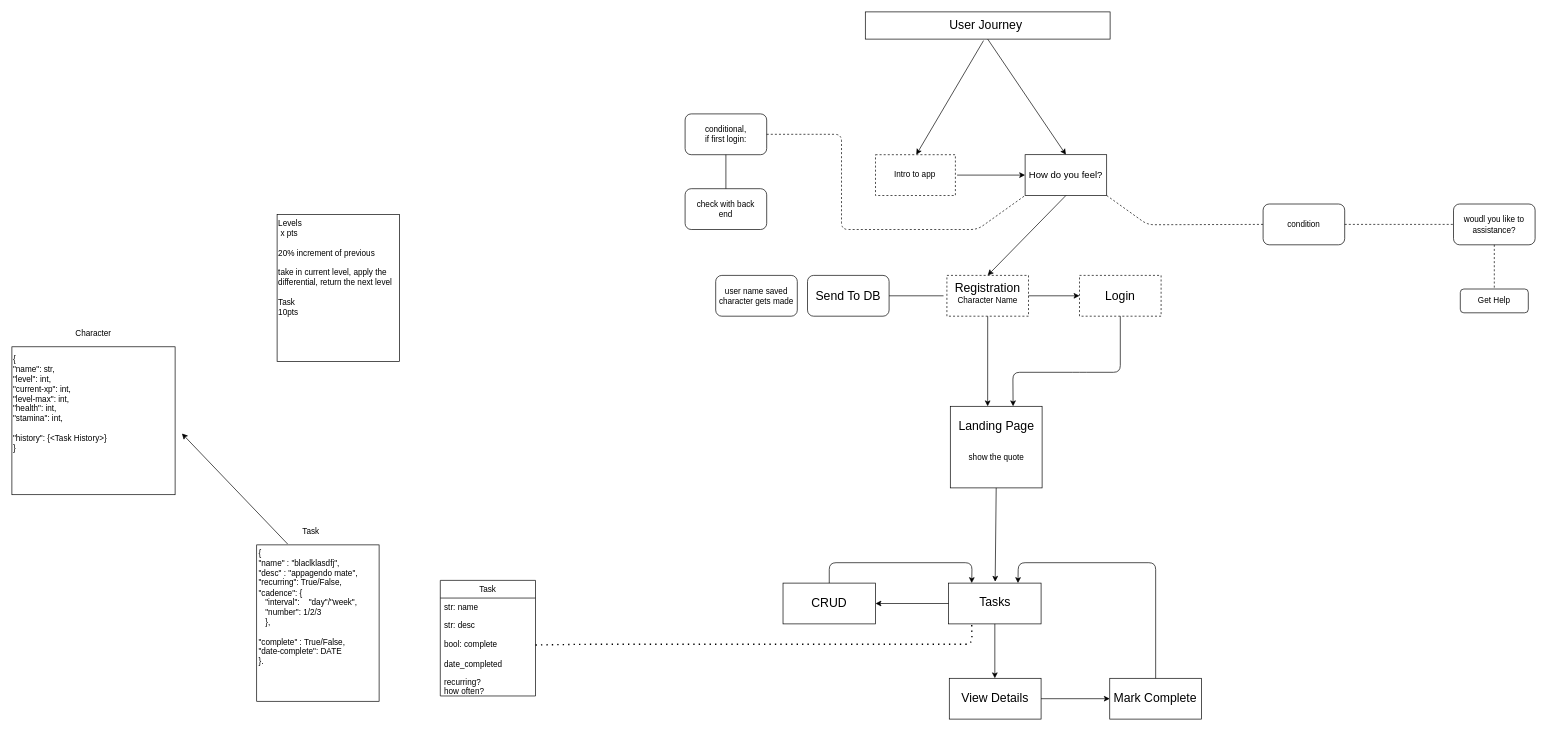
Earlier version of the draw.io diagram Planning/User Journey.drawio (davidmacarabrown/mental_health_app). Source tidied: cells renumbered, new cells numbered last; positions are measured from the earlier drawing's top-left corner, leaving out a move shared by most shapes. Both pictures are drawn from the tidied source at 68%, with x=0, y=0 at pixel (12, 12).
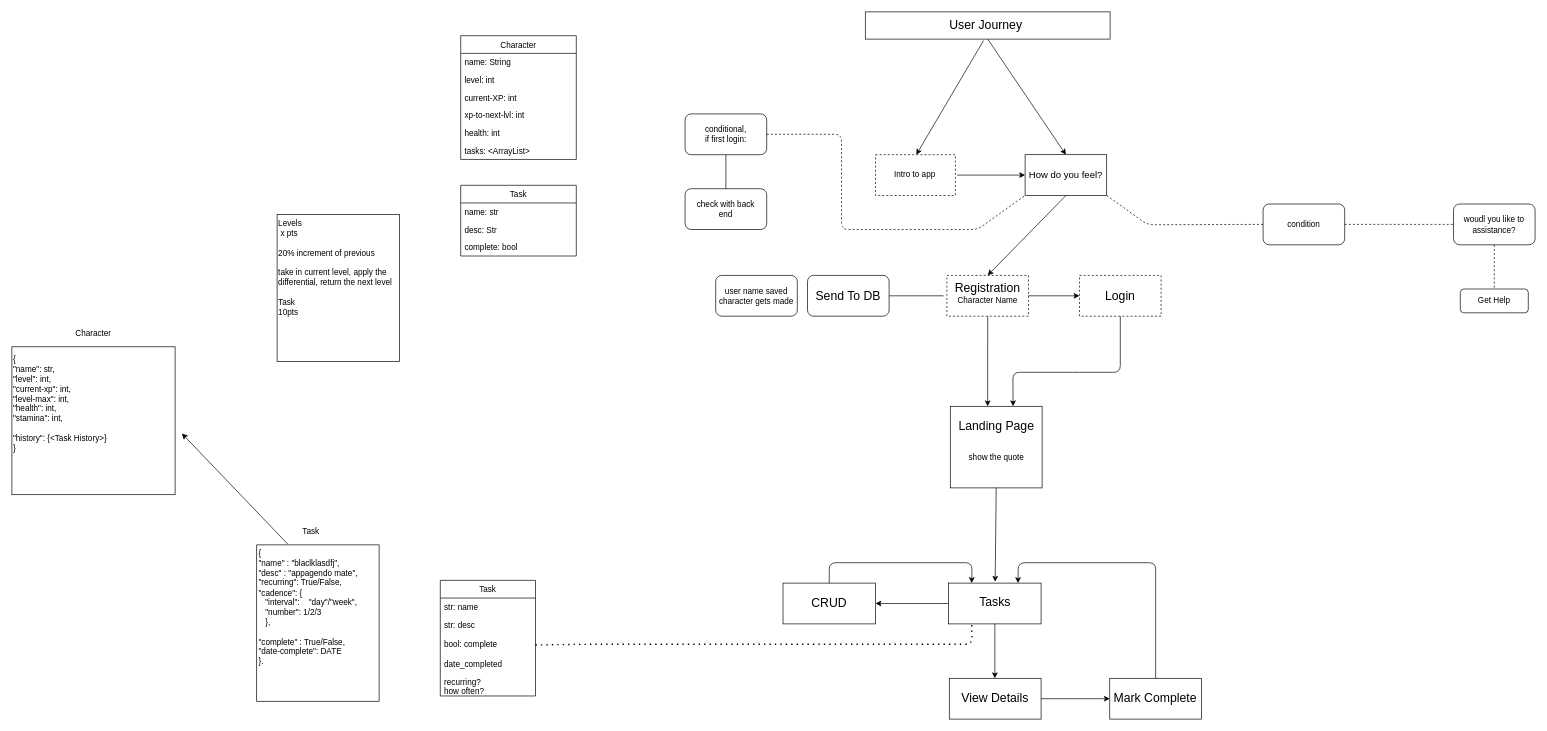
The same page after the edit.

Commit message:
update user journey again

What changed in the source:
```diff
@@
+    <mxCell id="74" value="Character" style="swimlane;fontStyle=0;horizontal=1;startSize=26;" parent="1" vertex="1">
+      <mxGeometry x="660" y="35" width="170" height="182" as="geometry" />
+    </mxCell>
+    <mxCell id="75" value="name: String   " style="text;strokeColor=none;fillColor=none;align=left;verticalAlign=top;spacingLeft=4;spacingRight=4;overflow=hidden;" parent="74" vertex="1">
+      <mxGeometry y="26" width="170" height="26" as="geometry" />
+    </mxCell>
+    <mxCell id="76" value="level: int" style="text;strokeColor=none;fillColor=none;align=left;verticalAlign=top;spacingLeft=4;spacingRight=4;overflow=hidden;" parent="74" vertex="1">
+      <mxGeometry y="52" width="170" height="26" as="geometry" />
+    </mxCell>
+    <mxCell id="77" value="current-XP: int" style="text;strokeColor=none;fillColor=none;align=left;verticalAlign=top;spacingLeft=4;spacingRight=4;overflow=hidden;" parent="74" vertex="1">
+      <mxGeometry y="78" width="170" height="26" as="geometry" />
+    </mxCell>
+    <mxCell id="78" value="xp-to-next-lvl: int" style="text;strokeColor=none;fillColor=none;align=left;verticalAlign=top;spacingLeft=4;spacingRight=4;overflow=hidden;" parent="74" vertex="1">
+      <mxGeometry y="104" width="170" height="26" as="geometry" />
+    </mxCell>
+    <mxCell id="79" value="health: int" style="text;strokeColor=none;fillColor=none;align=left;verticalAlign=top;spacingLeft=4;spacingRight=4;overflow=hidden;" parent="74" vertex="1">
+      <mxGeometry y="130" width="170" height="26" as="geometry" />
+    </mxCell>
+    <mxCell id="80" value="tasks: &lt;ArrayList&gt;" style="text;strokeColor=none;fillColor=none;align=left;verticalAlign=top;spacingLeft=4;spacingRight=4;overflow=hidden;" parent="74" vertex="1">
+      <mxGeometry y="156" width="170" height="26" as="geometry" />
+    </mxCell>
+    <mxCell id="81" value="Task" style="swimlane;fontStyle=0;horizontal=1;startSize=26;" parent="1" vertex="1">
+      <mxGeometry x="660" y="255" width="170" height="104" as="geometry" />
+    </mxCell>
+    <mxCell id="82" value="name: str" style="text;strokeColor=none;fillColor=none;align=left;verticalAlign=top;spacingLeft=4;spacingRight=4;overflow=hidden;" parent="81" vertex="1">
+      <mxGeometry y="26" width="170" height="26" as="geometry" />
+    </mxCell>
+    <mxCell id="83" value="desc: Str" style="text;strokeColor=none;fillColor=none;align=left;verticalAlign=top;spacingLeft=4;spacingRight=4;overflow=hidden;" parent="81" vertex="1">
+      <mxGeometry y="52" width="170" height="26" as="geometry" />
+    </mxCell>
+    <mxCell id="84" value="complete: bool" style="text;strokeColor=none;fillColor=none;align=left;verticalAlign=top;spacingLeft=4;spacingRight=4;overflow=hidden;" parent="81" vertex="1">
+      <mxGeometry y="78" width="170" height="26" as="geometry" />
+    </mxCell>
```
